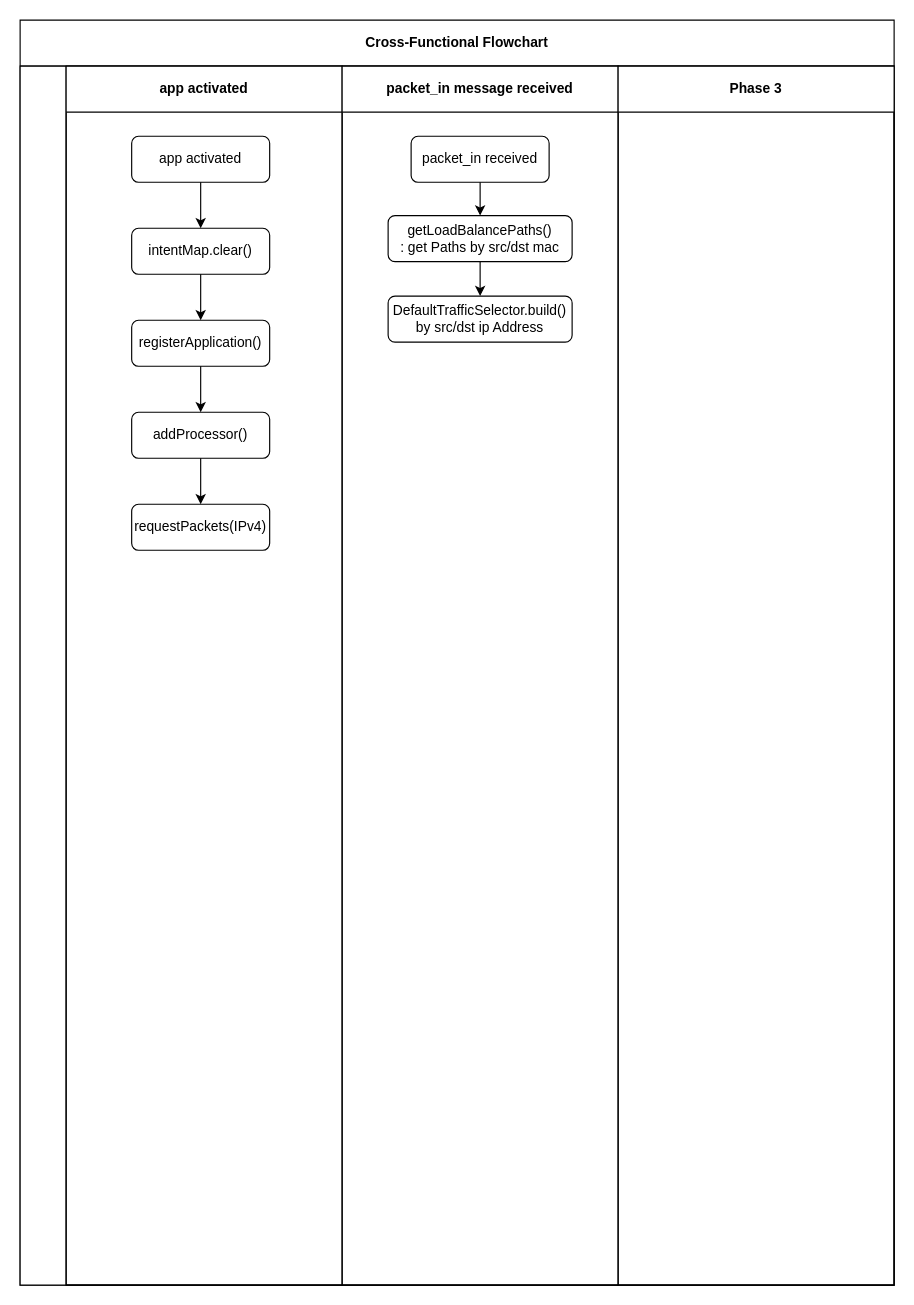
Earlier version of the draw.io diagram Untitled Diagram.drawio (gameLoading/blank__-). Source tidied: cells renumbered, new cells numbered last; positions are measured from the earlier drawing's top-left corner, leaving out a move shared by most shapes. Both pictures are drawn from the tidied source at 115%, with x=0, y=0 at pixel (20, 20).
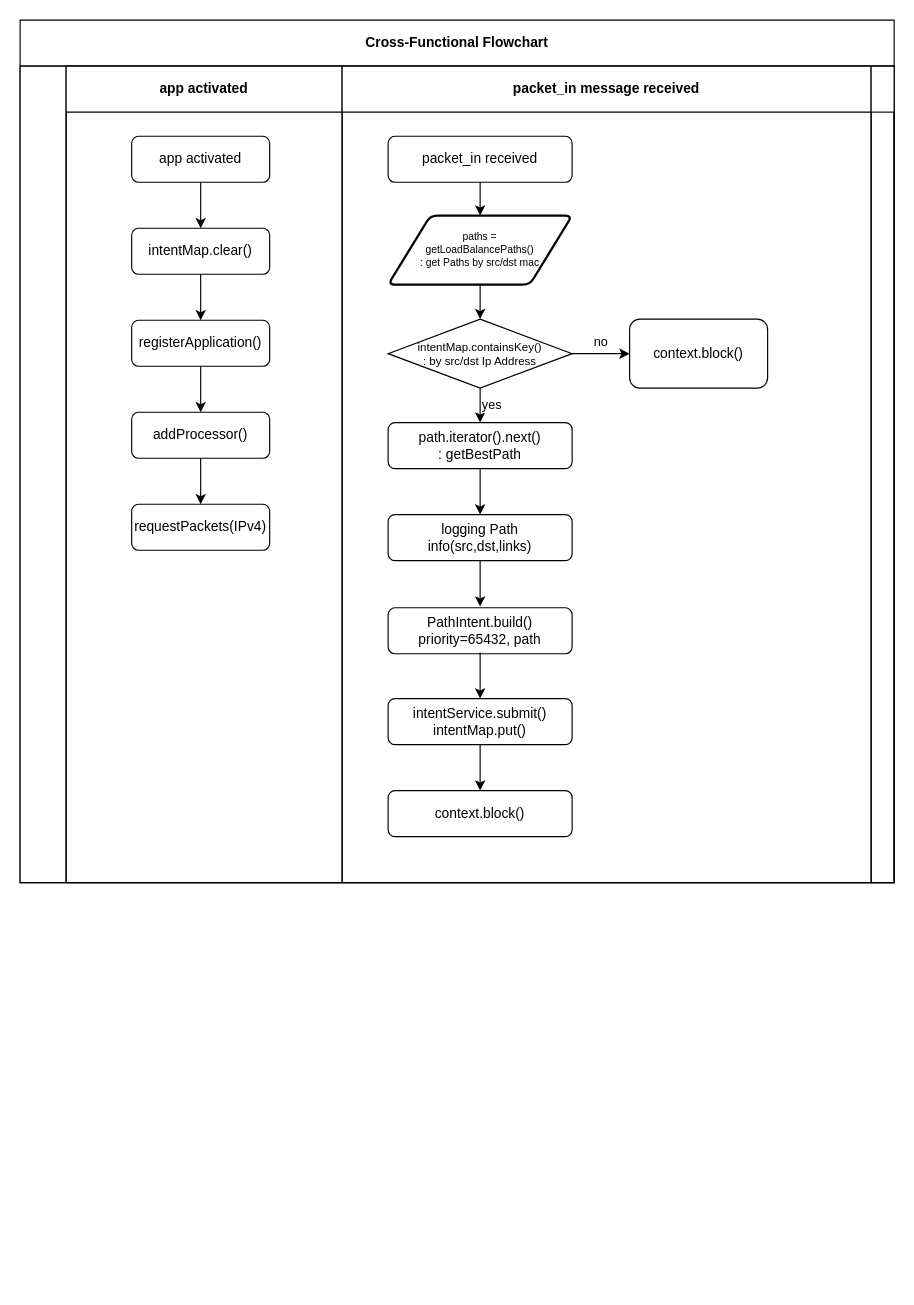
The same page after the edit.

Diff of the diagram source:
```diff
@@
     <mxCell id="2" value="Cross-Functional Flowchart" style="shape=table;childLayout=tableLayout;rowLines=0;columnLines=0;startSize=40;html=1;whiteSpace=wrap;fontStyle=1;align=center;" parent="1" vertex="1">
-      <mxGeometry width="760" height="1100" as="geometry" />
+      <mxGeometry width="760" height="750" as="geometry" />
     </mxCell>
     <mxCell id="3" style="swimlane;horizontal=0;startSize=40;html=1;whiteSpace=wrap;fontStyle=1;" parent="2" vertex="1">
-      <mxGeometry y="40" width="760" height="1060" as="geometry" />
+      <mxGeometry y="40" width="760" height="710" as="geometry" />
     </mxCell>
     <mxCell id="4" value="app activated" style="swimlane;startSize=40;html=1;whiteSpace=wrap;" parent="3" vertex="1">
-      <mxGeometry x="40" width="240" height="1060" as="geometry" />
+      <mxGeometry x="40" width="240" height="710" as="geometry" />
     </mxCell>
@@
     <mxCell id="14" value="packet_in message received" style="swimlane;startSize=40;html=1;whiteSpace=wrap;" parent="3" vertex="1">
-      <mxGeometry x="280" width="240" height="1060" as="geometry" />
+      <mxGeometry x="280" width="460" height="710" as="geometry" />
     </mxCell>
     <mxCell id="15" value="packet_in received" style="rounded=1;whiteSpace=wrap;html=1;fontSize=12;glass=0;strokeWidth=1;shadow=0;" parent="14" vertex="1">
-      <mxGeometry x="60" y="61" width="120" height="40" as="geometry" />
+      <mxGeometry x="40" y="61" width="160" height="40" as="geometry" />
     </mxCell>
-    <mxCell id="16" value="getLoadBalancePaths()&lt;br&gt;: get Paths by src/dst mac" style="rounded=1;whiteSpace=wrap;html=1;fontSize=12;glass=0;strokeWidth=1;shadow=0;" parent="14" vertex="1">
-      <mxGeometry x="40" y="130" width="160" height="40" as="geometry" />
-    </mxCell>
-    <mxCell id="17" value="DefaultTrafficSelector.build()&lt;br&gt;by src/dst ip Address" style="rounded=1;whiteSpace=wrap;html=1;fontSize=12;glass=0;strokeWidth=1;shadow=0;" parent="14" vertex="1">
-      <mxGeometry x="40" y="200" width="160" height="40" as="geometry" />
-    </mxCell>
+    <mxCell id="21" value="&lt;font style=&quot;font-size: 10px;&quot;&gt;&lt;span style=&quot;font-size: 10px;&quot;&gt;intentMap.containsKey()&lt;/span&gt;&lt;br style=&quot;font-size: 10px;&quot;&gt;&lt;span style=&quot;font-size: 10px;&quot;&gt;: by src/dst Ip Address&lt;/span&gt;&lt;/font&gt;" style="rhombus;whiteSpace=wrap;html=1;fontSize=10;" parent="14" vertex="1">
+      <mxGeometry x="40" y="220" width="160" height="60" as="geometry" />
+    </mxCell>
+    <mxCell id="22" value="context.block()" style="rounded=1;whiteSpace=wrap;html=1;" parent="14" vertex="1">
+      <mxGeometry x="250" y="220" width="120" height="60" as="geometry" />
+    </mxCell>
+    <mxCell id="20" style="endArrow=classic;html=1;exitX=0.5;exitY=1;exitDx=0;exitDy=0;entryX=0.5;entryY=0;entryDx=0;entryDy=0;" parent="14" edge="1" target="21">
+      <mxGeometry relative="1" as="geometry">
+        <mxPoint x="120" y="190" as="sourcePoint" />
+      </mxGeometry>
+    </mxCell>
+    <mxCell id="23" value="no" style="endArrow=classic;html=1;exitX=1;exitY=0.5;exitDx=0;exitDy=0;entryX=0;entryY=0.5;entryDx=0;entryDy=0;" parent="14" edge="1" source="21" target="22">
+      <mxGeometry y="10" relative="1" as="geometry" />
+    </mxCell>
+    <mxCell id="24" value="path.iterator().next()&lt;br&gt;: getBestPath" style="rounded=1;whiteSpace=wrap;html=1;fontSize=12;glass=0;strokeWidth=1;shadow=0;" parent="14" vertex="1">
+      <mxGeometry x="40" y="310" width="160" height="40" as="geometry" />
+    </mxCell>
+    <mxCell id="25" value="&lt;span style=&quot;font-size: 9px&quot;&gt;paths = &lt;br&gt;getLoadBalancePaths()&lt;/span&gt;&lt;br style=&quot;font-size: 9px&quot;&gt;&lt;span style=&quot;font-size: 9px&quot;&gt;: get Paths by src/dst mac&lt;/span&gt;" style="shape=parallelogram;html=1;strokeWidth=2;perimeter=parallelogramPerimeter;whiteSpace=wrap;rounded=1;arcSize=12;size=0.23;fontSize=9;" parent="14" vertex="1">
+      <mxGeometry x="40" y="130" width="160" height="60" as="geometry" />
+    </mxCell>
+    <mxCell id="26" value="logging Path&lt;br&gt;info(src,dst,links)" style="rounded=1;whiteSpace=wrap;html=1;fontSize=12;glass=0;strokeWidth=1;shadow=0;" parent="14" vertex="1">
+      <mxGeometry x="40" y="390" width="160" height="40" as="geometry" />
+    </mxCell>
+    <mxCell id="27" value="PathIntent.build()&lt;br&gt;priority=65432, path" style="rounded=1;whiteSpace=wrap;html=1;fontSize=12;glass=0;strokeWidth=1;shadow=0;" parent="14" vertex="1">
+      <mxGeometry x="40" y="471" width="160" height="40" as="geometry" />
+    </mxCell>
+    <mxCell id="28" value="intentService.submit()&lt;br&gt;intentMap.put()" style="rounded=1;whiteSpace=wrap;html=1;fontSize=12;glass=0;strokeWidth=1;shadow=0;" parent="14" vertex="1">
+      <mxGeometry x="40" y="550" width="160" height="40" as="geometry" />
+    </mxCell>
+    <mxCell id="29" value="context.block()" style="rounded=1;whiteSpace=wrap;html=1;fontSize=12;glass=0;strokeWidth=1;shadow=0;" parent="14" vertex="1">
+      <mxGeometry x="40" y="630" width="160" height="40" as="geometry" />
+    </mxCell>
+    <mxCell id="30" style="endArrow=classic;html=1;labelPosition=right;verticalLabelPosition=middle;align=left;verticalAlign=middle;entryX=0.5;entryY=0;entryDx=0;entryDy=0;exitX=0.5;exitY=1;exitDx=0;exitDy=0;" parent="14" edge="1" source="28" target="29">
+      <mxGeometry relative="1" as="geometry" />
+    </mxCell>
-    <mxCell id="18" value="Phase 3" style="swimlane;startSize=40;html=1;whiteSpace=wrap;" parent="3" vertex="1">
-      <mxGeometry x="520" width="240" height="1060" as="geometry" />
+    <mxCell id="18" style="swimlane;startSize=40;html=1;whiteSpace=wrap;" parent="3" vertex="1">
+      <mxGeometry x="740" width="20" height="710" as="geometry" />
     </mxCell>
@@
-    <mxCell id="20" style="endArrow=classic;html=1;exitX=0.5;exitY=1;exitDx=0;exitDy=0;" parent="1" edge="1" source="16">
-      <mxGeometry relative="1" as="geometry">
-        <mxPoint x="400" y="240" as="targetPoint" />
-      </mxGeometry>
-    </mxCell>
+    <mxCell id="31" value="yes" style="endArrow=classic;html=1;exitX=0.5;exitY=1;exitDx=0;exitDy=0;labelPosition=right;verticalLabelPosition=middle;align=left;verticalAlign=middle;" parent="1" edge="1" source="21">
+      <mxGeometry relative="1" as="geometry">
+        <mxPoint x="400" y="350" as="targetPoint" />
+      </mxGeometry>
+    </mxCell>
+    <mxCell id="32" style="endArrow=classic;html=1;exitX=0.5;exitY=1;exitDx=0;exitDy=0;labelPosition=right;verticalLabelPosition=middle;align=left;verticalAlign=middle;" parent="1" edge="1" source="24">
+      <mxGeometry relative="1" as="geometry">
+        <mxPoint x="400" y="430" as="targetPoint" />
+      </mxGeometry>
+    </mxCell>
+    <mxCell id="33" style="endArrow=classic;html=1;labelPosition=right;verticalLabelPosition=middle;align=left;verticalAlign=middle;exitX=0.5;exitY=1;exitDx=0;exitDy=0;" parent="1" edge="1" source="26">
+      <mxGeometry relative="1" as="geometry">
+        <mxPoint x="400" y="510" as="targetPoint" />
+      </mxGeometry>
+    </mxCell>
+    <mxCell id="34" style="endArrow=classic;html=1;labelPosition=right;verticalLabelPosition=middle;align=left;verticalAlign=middle;entryX=0.5;entryY=0;entryDx=0;entryDy=0;" parent="1" edge="1" target="28">
+      <mxGeometry relative="1" as="geometry">
+        <mxPoint x="400" y="550" as="sourcePoint" />
+      </mxGeometry>
+    </mxCell>
```
